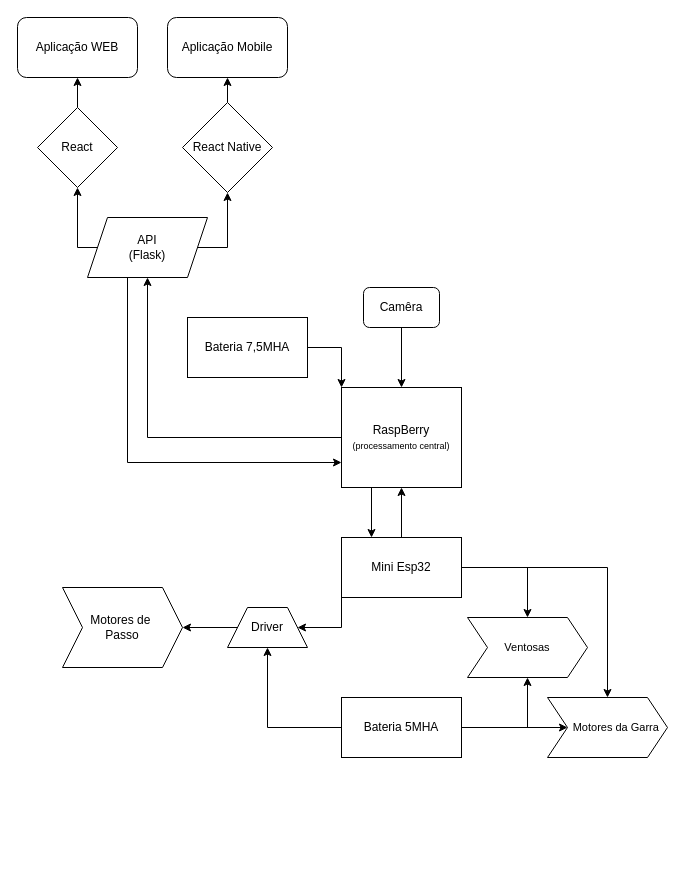
The draw.io diagram Arquivos/fluxograma/Untitled Diagram.drawio in Vcp290907/AGV-MaQ, before the edit. Source tidied: cells renumbered, new cells numbered last; positions are measured from the earlier drawing's top-left corner, leaving out a move shared by most shapes. Both pictures are drawn from the tidied source at 100%, with x=0, y=0 at pixel (17, 17).
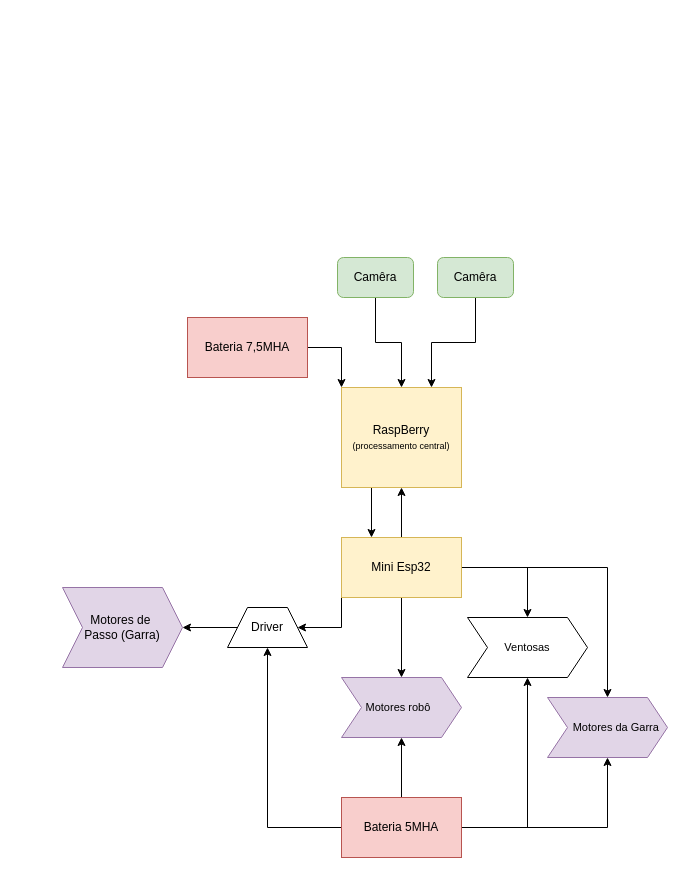
Above is the later version.

Unchanged cells that the change refers to:
```xml
<mxCell id="27" value="Driver" style="shape=trapezoid;perimeter=trapezoidPerimeter;whiteSpace=wrap;html=1;fixedSize=1;" parent="1" vertex="1">
  <mxGeometry x="210" y="590" width="80" height="40" as="geometry" />
</mxCell>
<mxCell id="32" value="&lt;span style=&quot;font-size: 11px;&quot;&gt;Ventosas&lt;/span&gt;" style="shape=step;perimeter=stepPerimeter;whiteSpace=wrap;html=1;fixedSize=1;align=center;" parent="1" vertex="1">
  <mxGeometry x="450" y="600" width="120" height="60" as="geometry" />
</mxCell>
```

The edit, as a diff of the source:
```diff
@@
-    <mxCell id="2" value="Aplicação WEB" style="rounded=1;whiteSpace=wrap;html=1;" parent="1" vertex="1">
-      <mxGeometry width="120" height="60" as="geometry" />
-    </mxCell>
-    <mxCell id="3" value="Aplicação Mobile" style="rounded=1;whiteSpace=wrap;html=1;" parent="1" vertex="1">
-      <mxGeometry x="150" width="120" height="60" as="geometry" />
-    </mxCell>
-    <mxCell id="4" style="edgeStyle=orthogonalEdgeStyle;rounded=0;jettySize=auto;html=1;" parent="1" edge="1" source="5" target="2">
-      <mxGeometry relative="1" as="geometry" />
-    </mxCell>
-    <mxCell id="5" value="React" style="rhombus;whiteSpace=wrap;html=1;" parent="1" vertex="1">
-      <mxGeometry x="20" y="90" width="80" height="80" as="geometry" />
-    </mxCell>
-    <mxCell id="6" style="edgeStyle=orthogonalEdgeStyle;rounded=0;jettySize=auto;html=1;" parent="1" edge="1" source="7" target="3">
-      <mxGeometry relative="1" as="geometry" />
-    </mxCell>
-    <mxCell id="7" value="React Native" style="rhombus;whiteSpace=wrap;html=1;" parent="1" vertex="1">
-      <mxGeometry x="165" y="85" width="90" height="90" as="geometry" />
-    </mxCell>
-    <mxCell id="8" style="edgeStyle=orthogonalEdgeStyle;rounded=0;jettySize=auto;html=1;exitX=0;exitY=0.5;exitDx=0;exitDy=0;entryX=0.5;entryY=1;entryDx=0;entryDy=0;" parent="1" edge="1" source="11" target="5">
-      <mxGeometry relative="1" as="geometry">
-        <Array as="points">
-          <mxPoint x="60" y="230" />
-        </Array>
-      </mxGeometry>
-    </mxCell>
-    <mxCell id="9" style="edgeStyle=orthogonalEdgeStyle;rounded=0;jettySize=auto;html=1;exitX=1;exitY=0.5;exitDx=0;exitDy=0;entryX=0.5;entryY=1;entryDx=0;entryDy=0;" parent="1" edge="1" source="11" target="7">
-      <mxGeometry relative="1" as="geometry">
-        <Array as="points">
-          <mxPoint x="210" y="230" />
-        </Array>
-      </mxGeometry>
-    </mxCell>
-    <mxCell id="10" style="edgeStyle=orthogonalEdgeStyle;rounded=0;jettySize=auto;html=1;exitX=0.25;exitY=1;exitDx=0;exitDy=0;entryX=0;entryY=0.75;entryDx=0;entryDy=0;" parent="1" edge="1" source="11" target="14">
-      <mxGeometry relative="1" as="geometry">
-        <Array as="points">
-          <mxPoint x="110" y="260" />
-          <mxPoint x="110" y="445" />
-        </Array>
-      </mxGeometry>
-    </mxCell>
-    <mxCell id="11" value="API&lt;div&gt;(Flask)&lt;/div&gt;" style="shape=parallelogram;perimeter=parallelogramPerimeter;whiteSpace=wrap;html=1;fixedSize=1;size=20.000000000000114;" parent="1" vertex="1">
-      <mxGeometry x="70" y="200" width="120" height="60" as="geometry" />
-    </mxCell>
-    <mxCell id="12" style="edgeStyle=orthogonalEdgeStyle;rounded=0;jettySize=auto;html=1;exitX=0;exitY=0.5;exitDx=0;exitDy=0;entryX=0.5;entryY=1;entryDx=0;entryDy=0;" parent="1" edge="1" source="14" target="11">
-      <mxGeometry relative="1" as="geometry" />
-    </mxCell>
@@
-    <mxCell id="14" value="RaspBerry&lt;div&gt;&lt;font style=&quot;font-size: 9px;&quot;&gt;(processamento central)&lt;/font&gt;&lt;/div&gt;" style="rounded=0;whiteSpace=wrap;html=1;" parent="1" vertex="1">
+    <mxCell id="14" value="RaspBerry&lt;div&gt;&lt;font style=&quot;font-size: 9px;&quot;&gt;(processamento central)&lt;/font&gt;&lt;/div&gt;" style="rounded=0;whiteSpace=wrap;html=1;fillColor=#fff2cc;strokeColor=#d6b656;" parent="1" vertex="1">
       <mxGeometry x="324" y="370" width="120" height="100" as="geometry" />
     </mxCell>
@@
+    <mxCell id="33" style="edgeStyle=orthogonalEdgeStyle;rounded=0;jettySize=auto;html=1;entryX=0.5;entryY=0;entryDx=0;entryDy=0;" parent="1" edge="1" source="19" target="37">
+      <mxGeometry relative="1" as="geometry" />
+    </mxCell>
-    <mxCell id="19" value="Mini Esp32" style="rounded=0;whiteSpace=wrap;html=1;" parent="1" vertex="1">
+    <mxCell id="19" value="Mini Esp32" style="rounded=0;whiteSpace=wrap;html=1;fillColor=#fff2cc;strokeColor=#d6b656;" parent="1" vertex="1">
       <mxGeometry x="324" y="520" width="120" height="60" as="geometry" />
     </mxCell>
     <mxCell id="20" style="edgeStyle=orthogonalEdgeStyle;rounded=0;jettySize=auto;html=1;exitX=0.5;exitY=1;exitDx=0;exitDy=0;" parent="1" edge="1" source="23" target="27">
       <mxGeometry relative="1" as="geometry">
         <Array as="points">
-          <mxPoint x="384" y="710" />
-          <mxPoint x="250" y="710" />
+          <mxPoint x="384" y="810" />
+          <mxPoint x="250" y="810" />
         </Array>
       </mxGeometry>
     </mxCell>
+    <mxCell id="22" style="edgeStyle=orthogonalEdgeStyle;rounded=0;jettySize=auto;html=1;exitX=1;exitY=0.5;exitDx=0;exitDy=0;entryX=0.5;entryY=1;entryDx=0;entryDy=0;" parent="1" edge="1" source="23" target="32">
+      <mxGeometry relative="1" as="geometry" />
+    </mxCell>
+    <mxCell id="34" style="edgeStyle=orthogonalEdgeStyle;rounded=0;jettySize=auto;html=1;entryX=0.5;entryY=1;entryDx=0;entryDy=0;" parent="1" edge="1" source="23" target="37">
+      <mxGeometry relative="1" as="geometry" />
+    </mxCell>
-    <mxCell id="21" style="edgeStyle=orthogonalEdgeStyle;rounded=0;jettySize=auto;html=1;exitX=1;exitY=0.5;exitDx=0;exitDy=0;entryX=0;entryY=0.5;entryDx=0;entryDy=0;" parent="1" edge="1" source="23" target="31">
-      <mxGeometry relative="1" as="geometry">
-        <Array as="points">
-          <mxPoint x="500" y="710" />
-          <mxPoint x="500" y="710" />
-        </Array>
-      </mxGeometry>
+    <mxCell id="21" style="edgeStyle=orthogonalEdgeStyle;rounded=0;jettySize=auto;html=1;" parent="1" edge="1" source="23" target="31">
+      <mxGeometry relative="1" as="geometry" />
     </mxCell>
-    <mxCell id="22" style="edgeStyle=orthogonalEdgeStyle;rounded=0;jettySize=auto;html=1;exitX=1;exitY=0.5;exitDx=0;exitDy=0;entryX=0.5;entryY=1;entryDx=0;entryDy=0;" parent="1" edge="1" source="23" target="32">
-      <mxGeometry relative="1" as="geometry" />
-    </mxCell>
-    <mxCell id="23" value="Bateria 5MHA" style="rounded=0;whiteSpace=wrap;html=1;" parent="1" vertex="1">
-      <mxGeometry x="324" y="680" width="120" height="60" as="geometry" />
+    <mxCell id="23" value="Bateria 5MHA" style="rounded=0;whiteSpace=wrap;html=1;fillColor=#f8cecc;strokeColor=#b85450;" parent="1" vertex="1">
+      <mxGeometry x="324" y="780" width="120" height="60" as="geometry" />
     </mxCell>
@@
-    <mxCell id="25" value="Bateria 7,5MHA" style="rounded=0;whiteSpace=wrap;html=1;" parent="1" vertex="1">
+    <mxCell id="25" value="Bateria 7,5MHA" style="rounded=0;whiteSpace=wrap;html=1;fillColor=#f8cecc;strokeColor=#b85450;" parent="1" vertex="1">
       <mxGeometry x="170" y="300" width="120" height="60" as="geometry" />
     </mxCell>
@@
-    <mxCell id="28" value="Motores de&amp;nbsp;&lt;div&gt;Passo&lt;/div&gt;" style="shape=step;perimeter=stepPerimeter;whiteSpace=wrap;html=1;fixedSize=1;" parent="1" vertex="1">
+    <mxCell id="28" value="Motores de&amp;nbsp;&lt;div&gt;Passo (Garra)&lt;/div&gt;" style="shape=step;perimeter=stepPerimeter;whiteSpace=wrap;html=1;fixedSize=1;fillColor=#e1d5e7;strokeColor=#9673a6;" parent="1" vertex="1">
       <mxGeometry x="45" y="570" width="120" height="80" as="geometry" />
     </mxCell>
@@
-    <mxCell id="30" value="Camêra" style="rounded=1;whiteSpace=wrap;html=1;" parent="1" vertex="1">
-      <mxGeometry x="346" y="270" width="76" height="40" as="geometry" />
+    <mxCell id="30" value="Camêra" style="rounded=1;whiteSpace=wrap;html=1;fillColor=#d5e8d4;strokeColor=#82b366;" parent="1" vertex="1">
+      <mxGeometry x="320" y="240" width="76" height="40" as="geometry" />
     </mxCell>
-    <mxCell id="31" value="&lt;font style=&quot;font-size: 11px;&quot;&gt;Motores da Garra&amp;nbsp;&amp;nbsp;&lt;/font&gt;" style="shape=step;perimeter=stepPerimeter;whiteSpace=wrap;html=1;fixedSize=1;align=right;" parent="1" vertex="1">
+    <mxCell id="31" value="&lt;font style=&quot;font-size: 11px;&quot;&gt;Motores da Garra&amp;nbsp;&amp;nbsp;&lt;/font&gt;" style="shape=step;perimeter=stepPerimeter;whiteSpace=wrap;html=1;fixedSize=1;align=right;fillColor=#e1d5e7;strokeColor=#9673a6;" parent="1" vertex="1">
       <mxGeometry x="530" y="680" width="120" height="60" as="geometry" />
     </mxCell>
@@
+    <mxCell id="35" style="edgeStyle=orthogonalEdgeStyle;rounded=0;jettySize=auto;html=1;entryX=0.75;entryY=0;entryDx=0;entryDy=0;" parent="1" edge="1" source="36" target="14">
+      <mxGeometry relative="1" as="geometry" />
+    </mxCell>
+    <mxCell id="36" value="Camêra" style="rounded=1;whiteSpace=wrap;html=1;fillColor=#d5e8d4;strokeColor=#82b366;" parent="1" vertex="1">
+      <mxGeometry x="420" y="240" width="76" height="40" as="geometry" />
+    </mxCell>
+    <mxCell id="37" value="&lt;font style=&quot;font-size: 11px;&quot;&gt;Motores robô&amp;nbsp;&amp;nbsp;&lt;/font&gt;" style="shape=step;perimeter=stepPerimeter;whiteSpace=wrap;html=1;fixedSize=1;align=center;fillColor=#e1d5e7;strokeColor=#9673a6;" parent="1" vertex="1">
+      <mxGeometry x="324" y="660" width="120" height="60" as="geometry" />
+    </mxCell>
```
